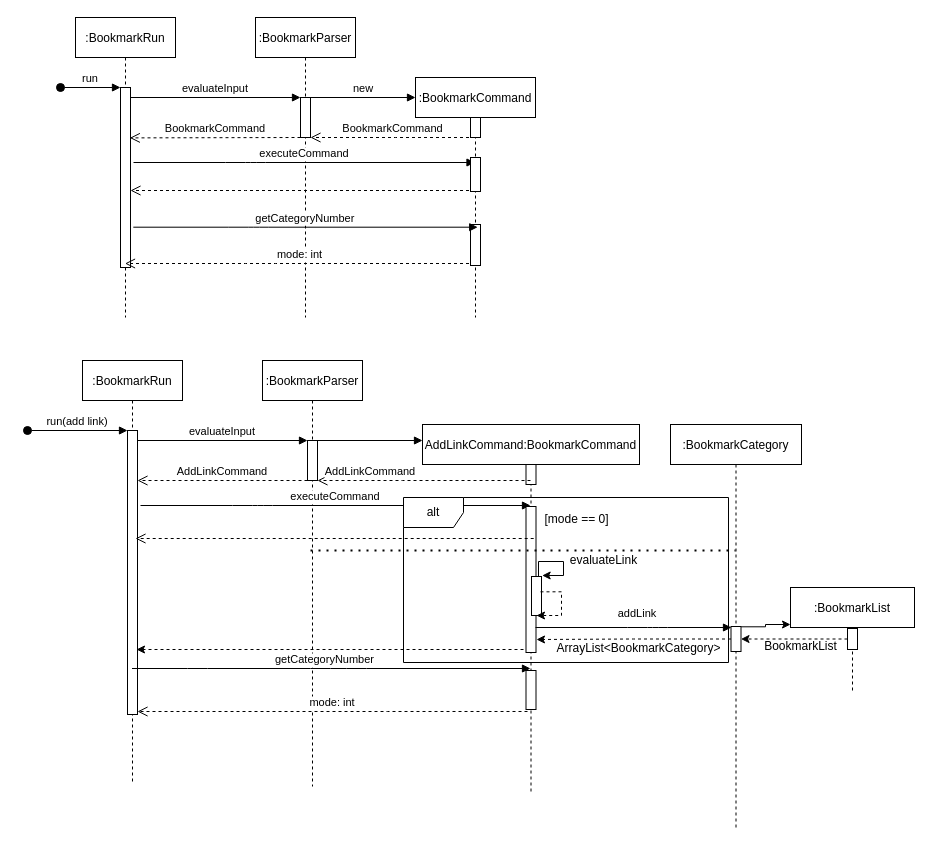
Above: Untitled Diagram.drawio in nus-cs2113-AY2021S1/tp (draw.io), before the change. Source tidied: cells renumbered, new cells numbered last; positions are measured from the earlier drawing's top-left corner, leaving out a move shared by most shapes. Both pictures are drawn from the tidied source at 100%, with x=0, y=0 at pixel (27, 17).
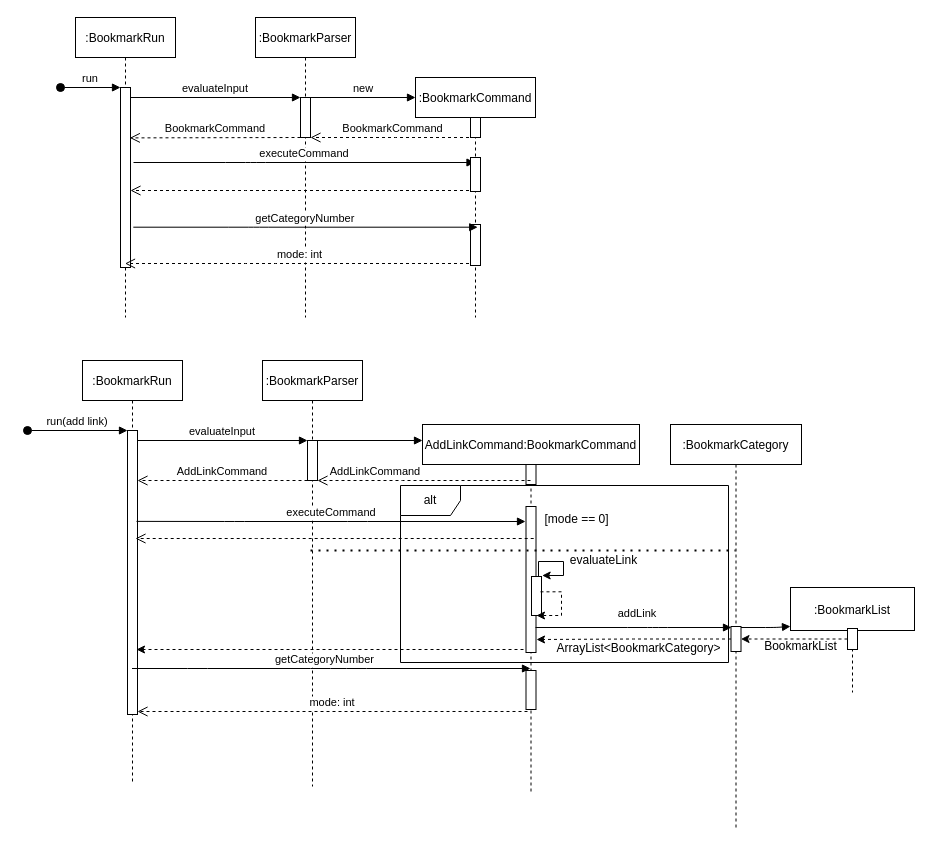
After the change.

The change refers to these unchanged cells:
```xml
<mxCell id="20" style="points=[];perimeter=orthogonalPerimeter;rounded=0;shadow=0;strokeWidth=1;" parent="19" vertex="1">
  <mxGeometry x="45" y="70" width="10" height="284" as="geometry" />
</mxCell>
<mxCell id="27" value="AddLinkCommand:BookmarkCommand" style="shape=umlLifeline;perimeter=lifelinePerimeter;rounded=0;shadow=0;strokeWidth=1;" parent="1" vertex="1">
  <mxGeometry x="395" y="407" width="217" height="367" as="geometry" />
</mxCell>
<mxCell id="36" style="points=[];perimeter=orthogonalPerimeter;rounded=0;shadow=0;strokeWidth=1;" parent="35" vertex="1">
  <mxGeometry x="60.5" y="202" width="10" height="25" as="geometry" />
</mxCell>
```

Change to the diagram source:
```diff
@@
-    <mxCell id="26" value="executeCommand" style="verticalAlign=bottom;endArrow=block;shadow=0;strokeWidth=1;" parent="1" edge="1" target="27">
+    <mxCell id="26" value="executeCommand" style="verticalAlign=bottom;endArrow=block;shadow=0;strokeWidth=1;exitX=0.9;exitY=0.32;exitDx=0;exitDy=0;exitPerimeter=0;" parent="1" edge="1" source="20">
       <mxGeometry relative="1" as="geometry">
-        <mxPoint x="113" y="488" as="sourcePoint" />
+        <mxPoint x="498" y="504" as="targetPoint" />
         <Array as="points">
-          <mxPoint x="215" y="488" />
-          <mxPoint x="235" y="488" />
+          <mxPoint x="207" y="504" />
+          <mxPoint x="330" y="504" />
         </Array>
       </mxGeometry>
     </mxCell>
@@
     <mxCell id="32" value="AddLinkCommand" style="verticalAlign=bottom;endArrow=open;dashed=1;endSize=8;shadow=0;strokeWidth=1;" parent="1" edge="1">
-      <mxGeometry x="0.5" relative="1" as="geometry">
+      <mxGeometry x="0.46" relative="1" as="geometry">
         <mxPoint x="503" y="463" as="sourcePoint" />
         <mxPoint x="290" y="463" as="targetPoint" />
         <Array as="points">
           <mxPoint x="385" y="463" />
         </Array>
       </mxGeometry>
     </mxCell>
@@
     <mxCell id="37" value="alt" style="shape=umlFrame;whiteSpace=wrap;html=1;" parent="1" vertex="1">
-      <mxGeometry x="376" y="480" width="325" height="165" as="geometry" />
+      <mxGeometry x="373" y="468" width="328" height="177" as="geometry" />
     </mxCell>
@@
-    <mxCell id="46" value=":BookmarkList" style="shape=umlLifeline;perimeter=lifelinePerimeter;rounded=0;shadow=0;strokeWidth=1;" parent="1" vertex="1">
+    <mxCell id="46" value=":BookmarkList" style="shape=umlLifeline;perimeter=lifelinePerimeter;rounded=0;shadow=0;strokeWidth=1;size=43;" parent="1" vertex="1">
       <mxGeometry x="763" y="570" width="124" height="105" as="geometry" />
     </mxCell>
@@
-    <mxCell id="48" style="edgeStyle=orthogonalEdgeStyle;rounded=0;jettySize=auto;html=1;exitX=1.017;exitY=0.012;exitDx=0;exitDy=0;exitPerimeter=0;" parent="1" edge="1" source="36">
-      <mxGeometry relative="1" as="geometry">
-        <mxPoint x="763" y="607" as="targetPoint" />
-        <Array as="points">
-          <mxPoint x="738" y="610" />
-          <mxPoint x="738" y="607" />
-        </Array>
-      </mxGeometry>
-    </mxCell>
+    <mxCell id="54" style="verticalAlign=bottom;endArrow=block;shadow=0;strokeWidth=1;entryX=0;entryY=0.371;entryDx=0;entryDy=0;entryPerimeter=0;" parent="46" edge="1" target="46">
+      <mxGeometry x="0.04" y="5" relative="1" as="geometry">
+        <mxPoint x="-49.5" y="40" as="sourcePoint" />
+        <Array as="points">
+          <mxPoint x="-15" y="40" />
+        </Array>
+      </mxGeometry>
+    </mxCell>
```
